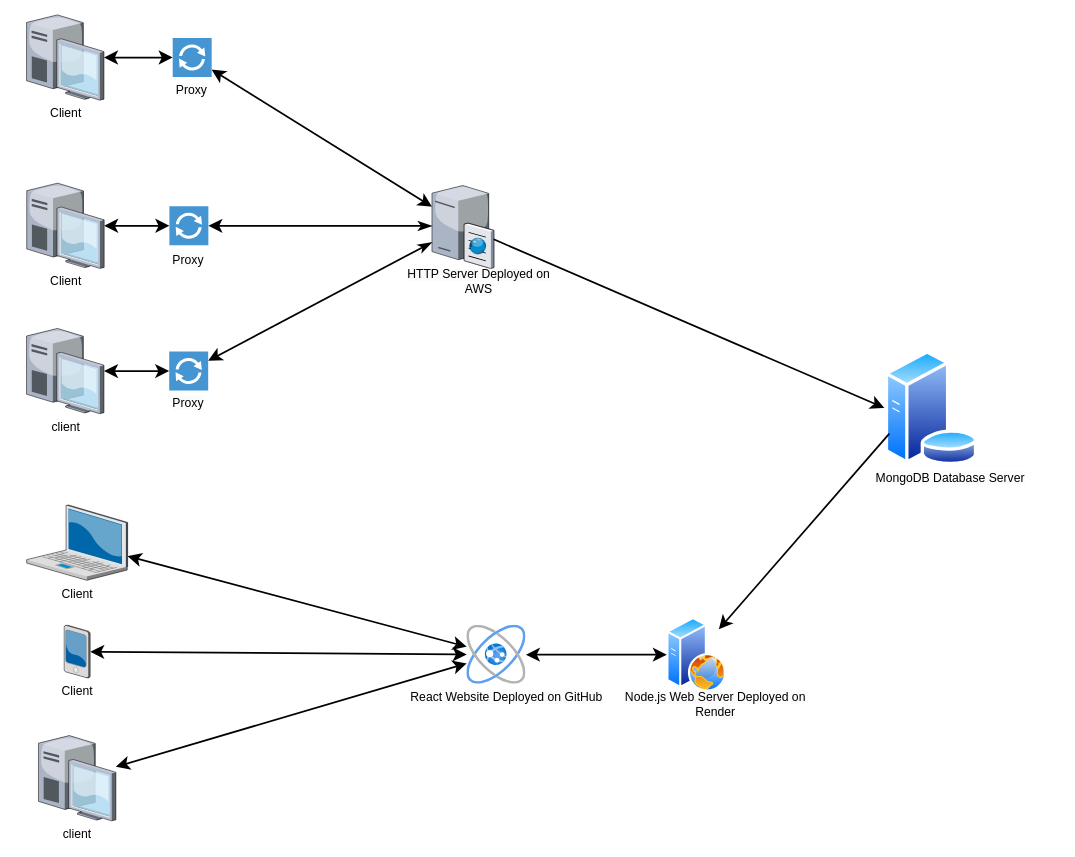
mourra950/Distrubited-System-Racing-Cars keeps this draw.io diagram as Node_Distribution.drawio. Above is the earlier version. Source tidied: cells renumbered, new cells numbered last; positions are measured from the earlier drawing's top-left corner, leaving out a move shared by most shapes. Both pictures are drawn from the tidied source at 87%, with x=0, y=0 at pixel (26, 15).
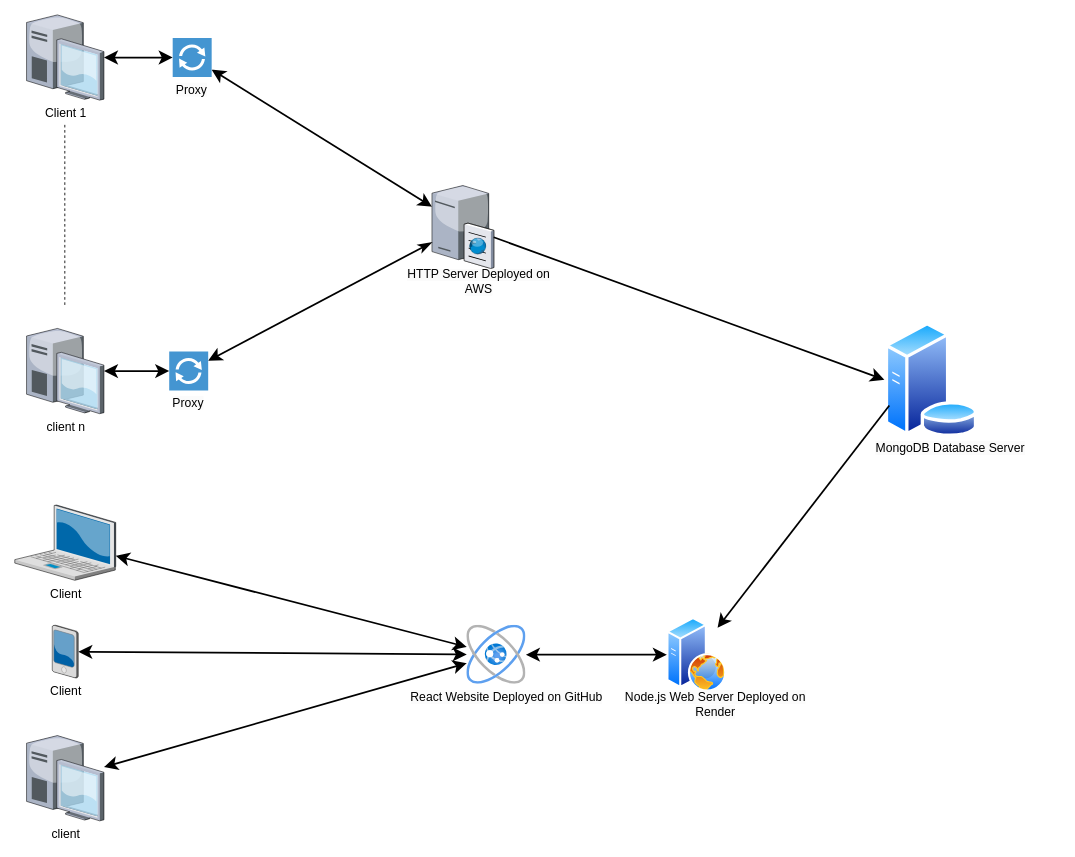
The same page after the edit.

Commit message (it also covers changes not shown here):
Update Node Distribution Diagram

Unchanged cells that the change refers to:
```xml
<mxCell id="12" style="verticalLabelPosition=top;html=1;verticalAlign=bottom;strokeColor=none;shape=mxgraph.citrix.cache_server;fillColor=#66B2FF;gradientColor=#0066CC;fontSize=14;labelPosition=center;align=center;" parent="1" vertex="1">
  <mxGeometry x="466" y="193.5" width="71" height="97.5" as="geometry" />
</mxCell>
```

Change to the diagram source:
```diff
@@
     <mxCell id="3" value="Client" style="verticalLabelPosition=bottom;html=1;verticalAlign=top;strokeColor=none;shape=mxgraph.citrix.laptop_2;fillColor=#66B2FF;gradientColor=#0066CC;fontSize=14;align=center;" parent="1" vertex="1">
-      <mxGeometry x="0.2" y="563" width="116" height="86.5" as="geometry" />
+      <mxGeometry x="-13.5" y="563" width="116" height="86.5" as="geometry" />
     </mxCell>
@@
-    <mxCell id="5" value="client" style="verticalLabelPosition=bottom;html=1;verticalAlign=top;strokeColor=none;shape=mxgraph.citrix.desktop;fillColor=#66B2FF;gradientColor=#0066CC;fontSize=14;align=center;" parent="1" vertex="1">
+    <mxCell id="5" value="client n" style="verticalLabelPosition=bottom;html=1;verticalAlign=top;strokeColor=none;shape=mxgraph.citrix.desktop;fillColor=#66B2FF;gradientColor=#0066CC;fontSize=14;align=center;" parent="1" vertex="1">
       <mxGeometry y="360" width="89" height="98" as="geometry" />
     </mxCell>
-    <mxCell id="6" style="edgeStyle=none;rounded=0;html=1;startSize=10;endSize=10;jettySize=auto;fontSize=14;endArrow=classic;endFill=1;strokeWidth=2;startArrow=classic;startFill=1;align=center;" parent="1" edge="1" source="7">
-      <mxGeometry relative="1" as="geometry">
-        <mxPoint x="164.2" y="242" as="targetPoint" />
-      </mxGeometry>
-    </mxCell>
-    <mxCell id="7" value="Client" style="verticalLabelPosition=bottom;html=1;verticalAlign=top;strokeColor=none;shape=mxgraph.citrix.desktop;fillColor=#66B2FF;gradientColor=#0066CC;fontSize=14;align=center;" parent="1" vertex="1">
-      <mxGeometry x="0.2" y="193" width="89" height="98" as="geometry" />
-    </mxCell>
@@
-    <mxCell id="9" value="Client" style="verticalLabelPosition=bottom;html=1;verticalAlign=top;strokeColor=none;shape=mxgraph.citrix.desktop;fillColor=#66B2FF;gradientColor=#0066CC;fontSize=14;align=center;" parent="1" vertex="1">
+    <mxCell id="9" value="Client 1" style="verticalLabelPosition=bottom;html=1;verticalAlign=top;strokeColor=none;shape=mxgraph.citrix.desktop;fillColor=#66B2FF;gradientColor=#0066CC;fontSize=14;align=center;" parent="1" vertex="1">
       <mxGeometry y="-0.4" width="89" height="98" as="geometry" />
     </mxCell>
@@
     <mxCell id="11" value="Client" style="verticalLabelPosition=bottom;html=1;verticalAlign=top;strokeColor=none;shape=mxgraph.citrix.pda;fillColor=#66B2FF;gradientColor=#0066CC;fontSize=14;align=center;" parent="1" vertex="1">
-      <mxGeometry x="43.2" y="701" width="30" height="61" as="geometry" />
+      <mxGeometry x="29.5" y="701" width="30" height="61" as="geometry" />
     </mxCell>
@@
-    <mxCell id="14" style="edgeStyle=none;rounded=0;html=1;startSize=10;endSize=10;jettySize=auto;fontSize=14;endArrow=classicThin;endFill=1;strokeWidth=2;startArrow=classic;startFill=1;align=center;" parent="1" edge="1" source="18" target="12">
-      <mxGeometry relative="1" as="geometry" />
-    </mxCell>
@@
-    <mxCell id="18" style="shadow=0;dashed=0;html=1;strokeColor=none;fillColor=#4495D1;labelPosition=center;verticalLabelPosition=bottom;verticalAlign=top;align=center;outlineConnect=0;shape=mxgraph.veeam.2d.proxy;" parent="1" vertex="1">
-      <mxGeometry x="164.2" y="219.6" width="44.8" height="44.8" as="geometry" />
-    </mxCell>
@@
-    <mxCell id="20" value="&lt;span style=&quot;color: rgb(0, 0, 0); font-family: Helvetica; font-size: 14px; font-style: normal; font-variant-ligatures: normal; font-variant-caps: normal; font-weight: 400; letter-spacing: normal; orphans: 2; text-indent: 0px; text-transform: none; widows: 2; word-spacing: 0px; -webkit-text-stroke-width: 0px; background-color: rgb(251, 251, 251); text-decoration-thickness: initial; text-decoration-style: initial; text-decoration-color: initial; float: none; display: inline !important;&quot;&gt;Proxy&lt;/span&gt;" style="text;whiteSpace=wrap;html=1;align=center;" parent="1" vertex="1">
-      <mxGeometry x="151.4" y="267.1" width="70" height="35.9" as="geometry" />
-    </mxCell>
@@
     <mxCell id="23" value="client" style="verticalLabelPosition=bottom;html=1;verticalAlign=top;strokeColor=none;shape=mxgraph.citrix.desktop;fillColor=#66B2FF;gradientColor=#0066CC;fontSize=14;align=center;" parent="1" vertex="1">
-      <mxGeometry x="13.7" y="828" width="89" height="98" as="geometry" />
+      <mxGeometry y="828" width="89" height="98" as="geometry" />
     </mxCell>
@@
     <mxCell id="30" style="image;perimeter=ellipsePerimeter;html=1;align=center;shadow=0;dashed=0;spacingTop=3;image=img/lib/active_directory/database_server.svg;" parent="1" vertex="1">
-      <mxGeometry x="986" y="385.4" width="108.2" height="132" as="geometry" />
+      <mxGeometry x="986" y="353" width="108.2" height="132" as="geometry" />
     </mxCell>
     <mxCell id="31" value="&lt;span style=&quot;color: rgb(0, 0, 0); font-family: Helvetica; font-size: 14px; font-style: normal; font-variant-ligatures: normal; font-variant-caps: normal; font-weight: 400; letter-spacing: normal; orphans: 2; text-indent: 0px; text-transform: none; widows: 2; word-spacing: 0px; -webkit-text-stroke-width: 0px; background-color: rgb(251, 251, 251); text-decoration-thickness: initial; text-decoration-style: initial; text-decoration-color: initial; float: none; display: inline !important;&quot;&gt;MongoDB Database Server&lt;/span&gt;" style="text;whiteSpace=wrap;html=1;align=center;" parent="1" vertex="1">
-      <mxGeometry x="936" y="517.4" width="252" height="40" as="geometry" />
+      <mxGeometry x="936" y="483" width="252" height="40" as="geometry" />
     </mxCell>
@@
+    <mxCell id="34" style="endArrow=none;dashed=1;html=1;rounded=0;" parent="1" edge="1">
+      <mxGeometry relative="1" as="geometry">
+        <mxPoint x="44" y="333" as="sourcePoint" />
+        <mxPoint x="44" y="123" as="targetPoint" />
+      </mxGeometry>
+    </mxCell>
```
